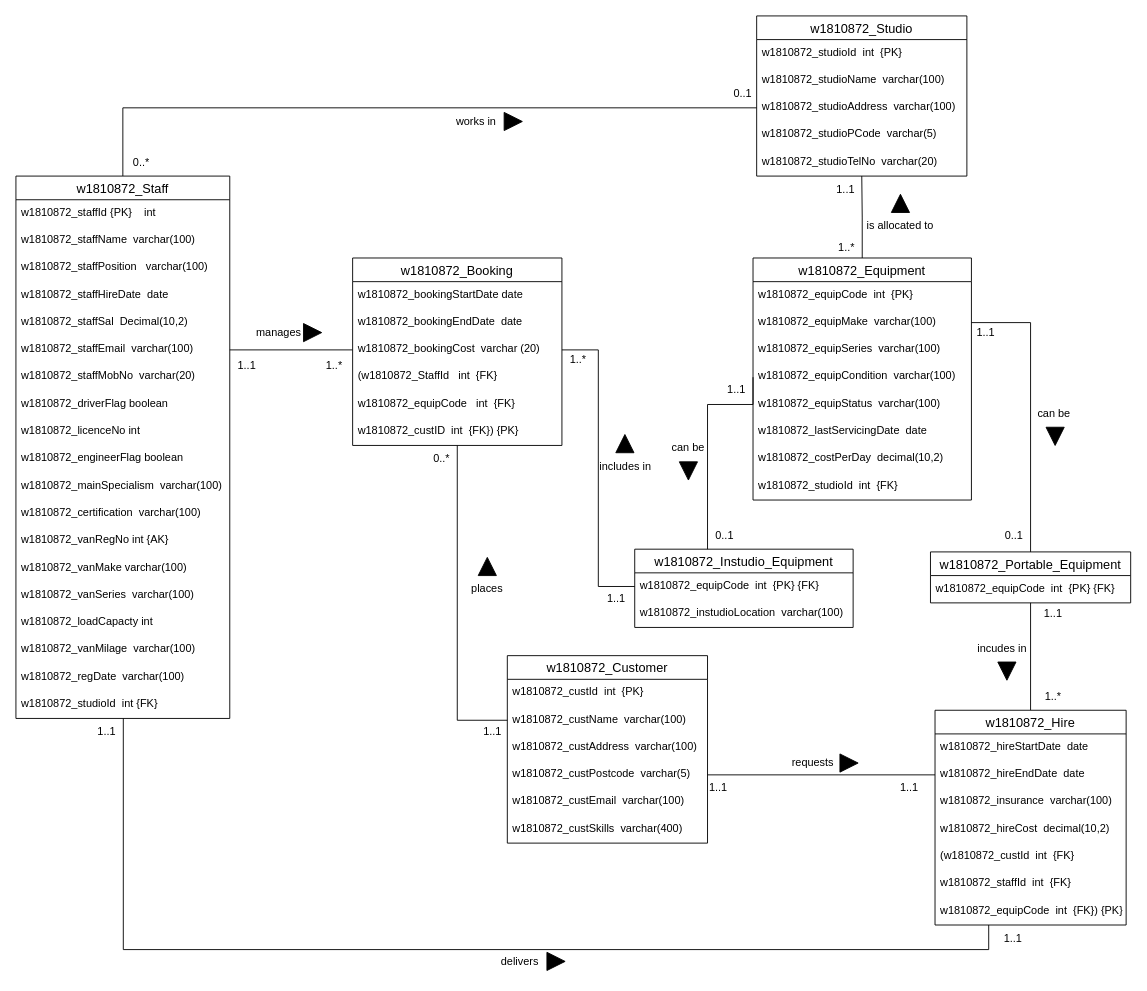
This is Part B/Part_B.drawio from ChitharaKarunasekera/DatabaseSystemsCoursework, a draw.io file, before an edit. Source tidied: cells renumbered, new cells numbered last; positions are measured from the earlier drawing's top-left corner, leaving out a move shared by most shapes. Both pictures are drawn from the tidied source at 91%, with x=0, y=0 at pixel (15, 15).
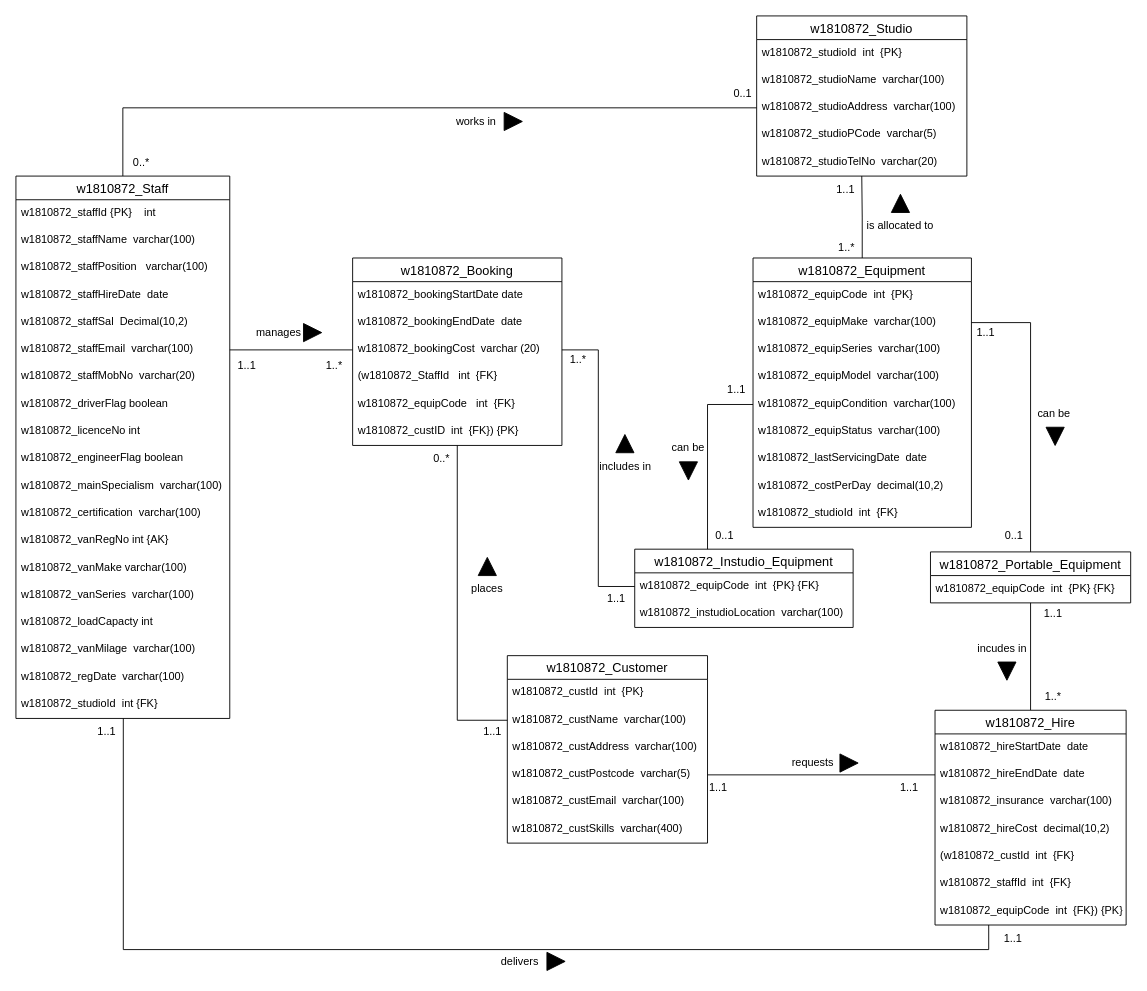
Above is the later version.

Commit message:
added missing attribute

Change to the diagram source:
```diff
@@
     <mxCell id="24" value="w1810872_Equipment" style="swimlane;fontStyle=0;horizontal=1;startSize=26;align=center;fontSize=14;fontColor=#000000;" parent="1" vertex="1">
-      <mxGeometry x="810" y="266" width="240" height="266" as="geometry" />
+      <mxGeometry x="810" y="266" width="240" height="296" as="geometry" />
     </mxCell>
@@
+    <mxCell id="114" value="w1810872_equipModel  varchar(100)" style="text;strokeColor=none;fillColor=none;spacingLeft=4;spacingRight=4;overflow=hidden;fontSize=12;fontColor=#000000;" parent="24" vertex="1">
+      <mxGeometry y="116" width="240" height="30" as="geometry" />
+    </mxCell>
     <mxCell id="28" value="w1810872_equipCondition  varchar(100)" style="text;strokeColor=none;fillColor=none;spacingLeft=4;spacingRight=4;overflow=hidden;points=[[0,0.5],[1,0.5]];portConstraint=eastwest;fontSize=12;fontColor=#000000;" parent="24" vertex="1">
-      <mxGeometry y="116" width="240" height="30" as="geometry" />
+      <mxGeometry y="146" width="240" height="30" as="geometry" />
     </mxCell>
     <mxCell id="29" value="w1810872_equipStatus  varchar(100)" style="text;strokeColor=none;fillColor=none;spacingLeft=4;spacingRight=4;overflow=hidden;fontSize=12;fontColor=#000000;" parent="24" vertex="1">
-      <mxGeometry y="146" width="240" height="30" as="geometry" />
+      <mxGeometry y="176" width="240" height="30" as="geometry" />
     </mxCell>
     <mxCell id="30" value="w1810872_lastServicingDate  date" style="text;strokeColor=none;fillColor=none;spacingLeft=4;spacingRight=4;overflow=hidden;fontSize=12;fontColor=#000000;" parent="24" vertex="1">
-      <mxGeometry y="176" width="240" height="30" as="geometry" />
+      <mxGeometry y="206" width="240" height="30" as="geometry" />
     </mxCell>
     <mxCell id="31" value="w1810872_costPerDay  decimal(10,2)" style="text;strokeColor=none;fillColor=none;spacingLeft=4;spacingRight=4;overflow=hidden;fontSize=12;fontColor=#000000;" parent="24" vertex="1">
-      <mxGeometry y="206" width="240" height="30" as="geometry" />
+      <mxGeometry y="236" width="240" height="30" as="geometry" />
     </mxCell>
     <mxCell id="32" value="w1810872_studioId  int  {FK}" style="text;strokeColor=none;fillColor=none;spacingLeft=4;spacingRight=4;overflow=hidden;fontSize=12;fontColor=#000000;" parent="24" vertex="1">
-      <mxGeometry y="236" width="240" height="30" as="geometry" />
+      <mxGeometry y="266" width="240" height="30" as="geometry" />
     </mxCell>
```
